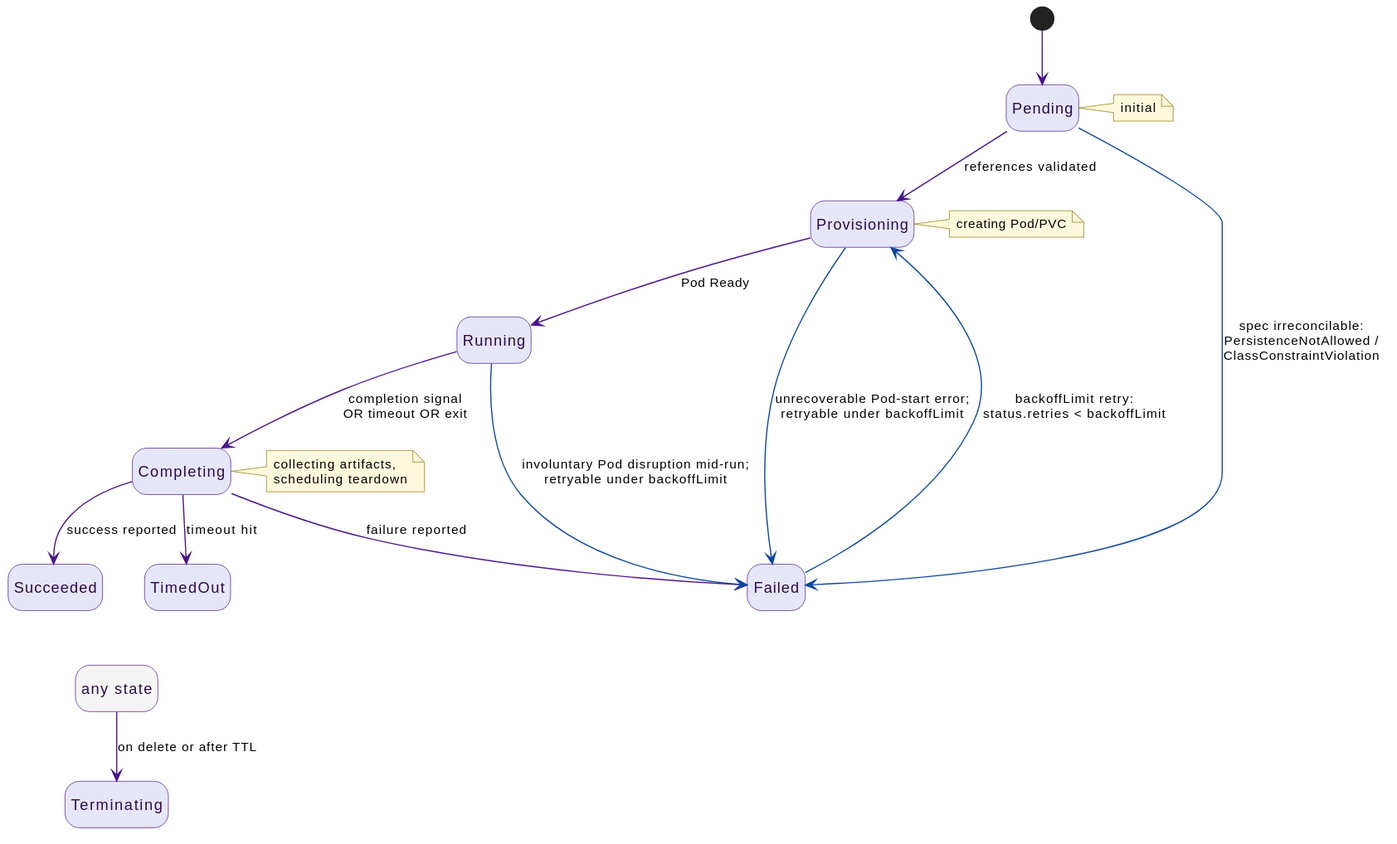
Above: docs/src/diagrams/task-lifecycle.svg in win07xp/kaalm (PlantUML), before the change. Source of this version:
```plantuml
@startuml
skinparam backgroundColor transparent
skinparam shadowing false
skinparam defaultFontName Helvetica
skinparam defaultFontSize 13
skinparam ArrowFontSize 11
skinparam nodesep 30
skinparam ranksep 45
skinparam state {
  BackgroundColor #E6E6FA
  BorderColor #4A148C
  FontColor #2a0a4a
  ArrowColor #4A148C
}
skinparam NoteBackgroundColor #FFF8DC
skinparam NoteBorderColor #8B7500
skinparam NoteFontSize 11
hide empty description

state "Pending" as Pending
state "Provisioning" as Provisioning
state "Running" as Running
state "Completing" as Completing
state "Succeeded" as Succeeded
state "Failed" as Failed
state "TimedOut" as TimedOut
state "Terminating" as Terminating
state "any state" as AnyState #F5F5F5

note right of Pending : initial
note right of Provisioning : creating Pod/PVC
note right of Completing : collecting artifacts,\nscheduling teardown

[*] --> Pending
Pending --> Provisioning : references validated
Provisioning --> Running : Pod Ready
Running --> Completing : completion signal\nOR timeout OR exit
Completing --> Succeeded : success reported
Completing --> Failed : failure reported
Completing --> TimedOut : timeout hit

Pending -[#0D47A1]-> Failed : spec irreconcilable:\nPersistenceNotAllowed /\nClassConstraintViolation
Provisioning -[#0D47A1]-> Failed : unrecoverable Pod-start error;\nretryable under backoffLimit
Running -[#0D47A1]-> Failed : involuntary Pod disruption mid-run;\nretryable under backoffLimit
Failed -[#0D47A1]-> Provisioning : backoffLimit retry:\nstatus.retries < backoffLimit

AnyState --> Terminating : on delete or after TTL

Succeeded -[hidden]-> AnyState
TimedOut -[hidden]-> AnyState
@enduml
```
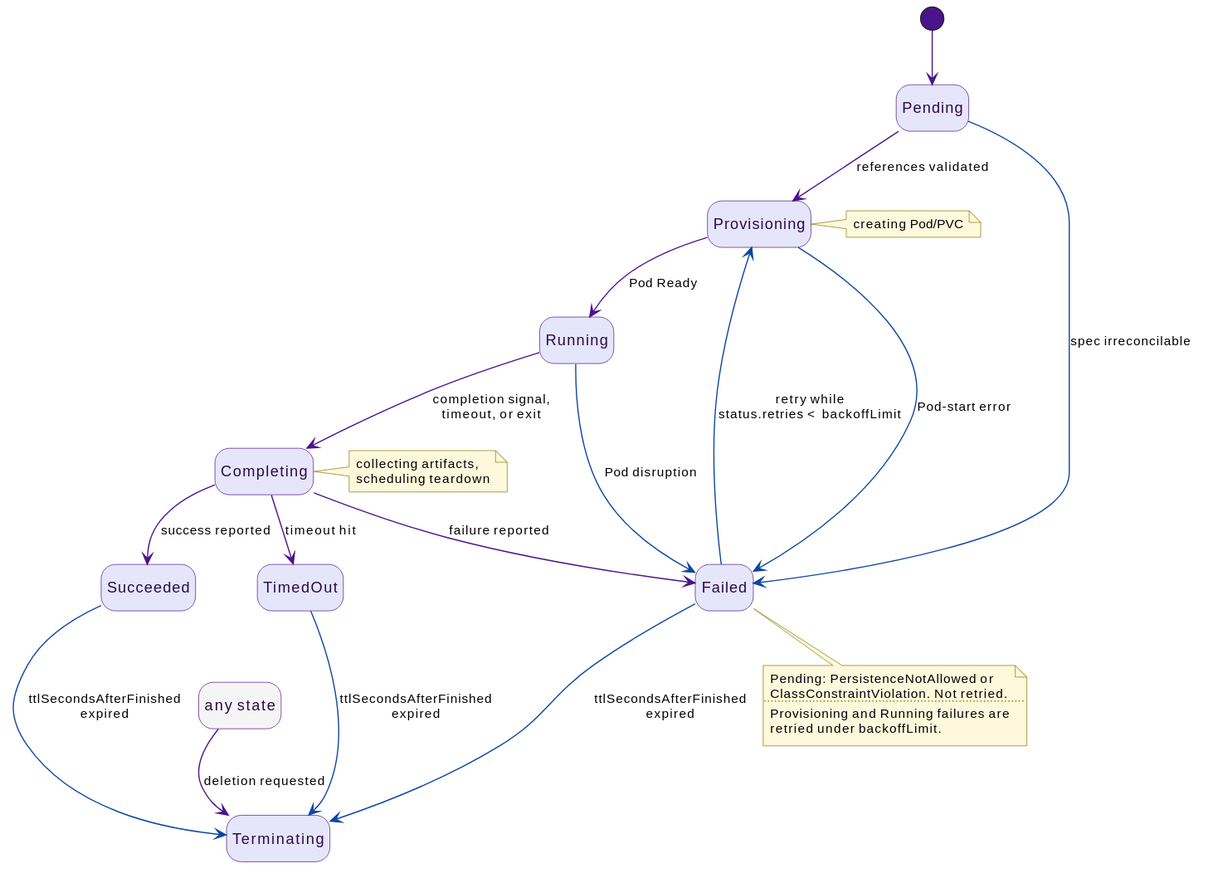
After the change.

Change to the diagram source:
```diff
@@ -1,21 +1,5 @@
 @startuml
-skinparam backgroundColor transparent
-skinparam shadowing false
-skinparam defaultFontName Helvetica
-skinparam defaultFontSize 13
-skinparam ArrowFontSize 11
-skinparam nodesep 30
-skinparam ranksep 45
-skinparam state {
-  BackgroundColor #E6E6FA
-  BorderColor #4A148C
-  FontColor #2a0a4a
-  ArrowColor #4A148C
-}
-skinparam NoteBackgroundColor #FFF8DC
-skinparam NoteBorderColor #8B7500
-skinparam NoteFontSize 11
-hide empty description
+!include _style.puml
 
 state "Pending" as Pending
 state "Provisioning" as Provisioning
@@ -25,26 +9,36 @@
 state "Failed" as Failed
 state "TimedOut" as TimedOut
 state "Terminating" as Terminating
-state "any state" as AnyState #F5F5F5
+state "any state" as AnyState $mutedBg
 
-note right of Pending : initial
 note right of Provisioning : creating Pod/PVC
 note right of Completing : collecting artifacts,\nscheduling teardown
 
 [*] --> Pending
 Pending --> Provisioning : references validated
 Provisioning --> Running : Pod Ready
-Running --> Completing : completion signal\nOR timeout OR exit
+Running --> Completing : completion signal,\ntimeout, or exit
 Completing --> Succeeded : success reported
 Completing --> Failed : failure reported
 Completing --> TimedOut : timeout hit
 
-Pending -[#0D47A1]-> Failed : spec irreconcilable:\nPersistenceNotAllowed /\nClassConstraintViolation
-Provisioning -[#0D47A1]-> Failed : unrecoverable Pod-start error;\nretryable under backoffLimit
-Running -[#0D47A1]-> Failed : involuntary Pod disruption mid-run;\nretryable under backoffLimit
-Failed -[#0D47A1]-> Provisioning : backoffLimit retry:\nstatus.retries < backoffLimit
+Pending -[#0D47A1]-> Failed : spec irreconcilable
+Provisioning -[#0D47A1]-> Failed : Pod-start error
+Running -[#0D47A1]-> Failed : Pod disruption
+Failed -[#0D47A1]-> Provisioning : retry while\nstatus.retries < backoffLimit
 
-AnyState --> Terminating : on delete or after TTL
+AnyState --> Terminating : deletion requested
+Succeeded -[#0D47A1]-> Terminating : ttlSecondsAfterFinished\nexpired
+Failed -[#0D47A1]-> Terminating : ttlSecondsAfterFinished\nexpired
+TimedOut -[#0D47A1]-> Terminating : ttlSecondsAfterFinished\nexpired
+
+note bottom of Failed
+  Pending: PersistenceNotAllowed or
+  ClassConstraintViolation. Not retried.
+  ....
+  Provisioning and Running failures are
+  retried under backoffLimit.
+end note
 
 Succeeded -[hidden]-> AnyState
 TimedOut -[hidden]-> AnyState
```
